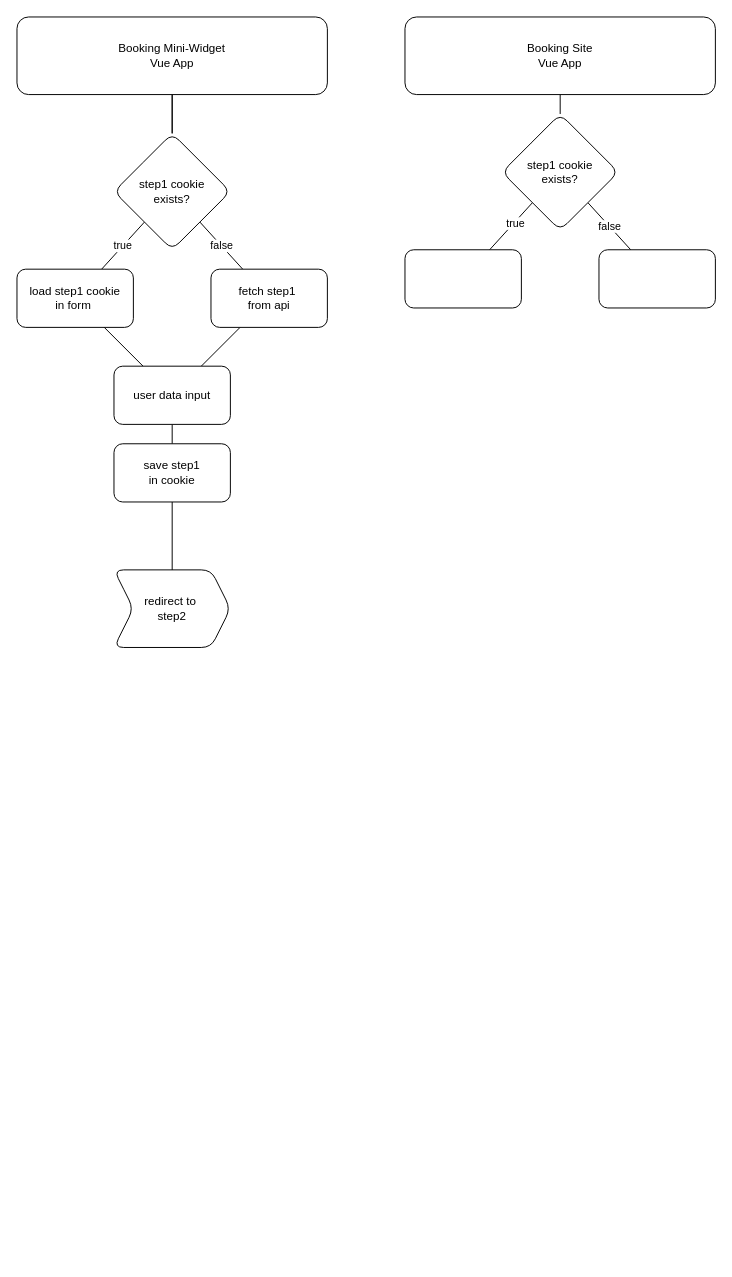
Before: Arctic Campers.drawio in eugenregehr/diagrams, a draw.io diagram. Source tidied: cells renumbered, new cells numbered last; positions are measured from the earlier drawing's top-left corner, leaving out a move shared by most shapes. Both pictures are drawn from the tidied source at 97%, with x=0, y=0 at pixel (16, 16).
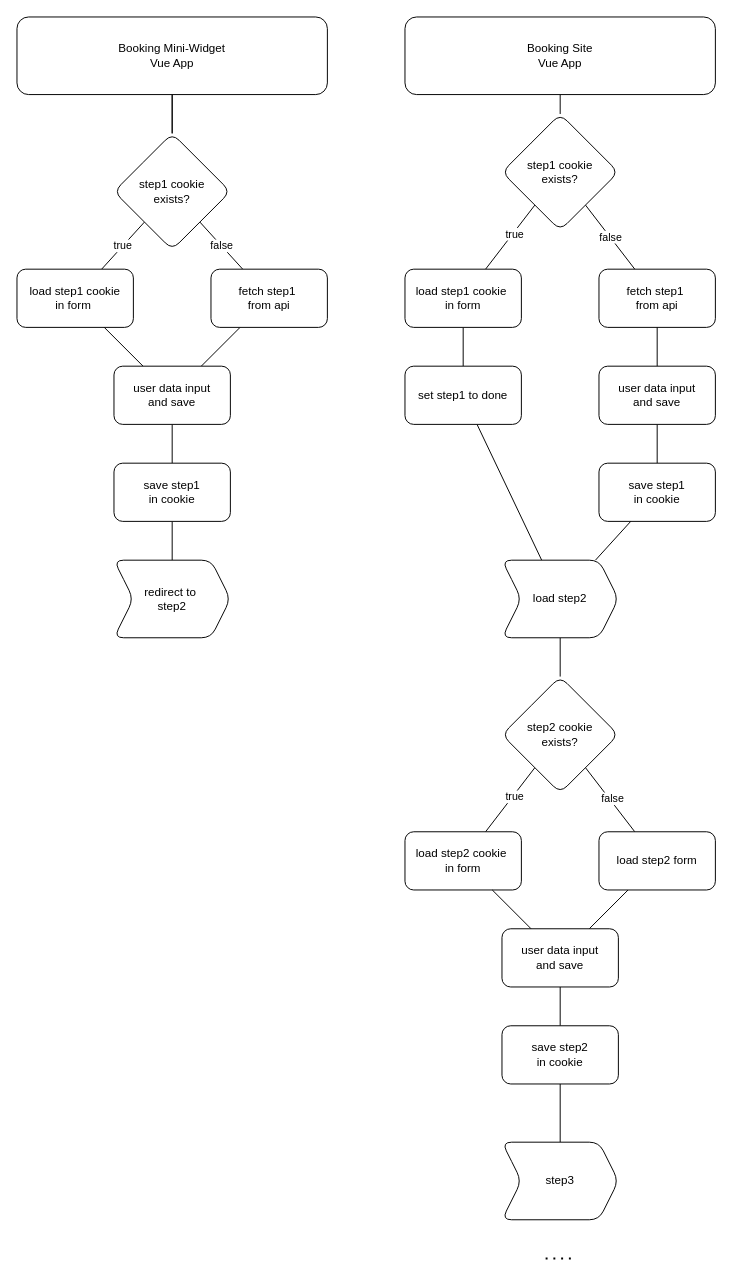
After the change.

What changed in the source:
```diff
@@
-    <mxCell id="14" style="whiteSpace=wrap;html=1;rounded=1;" parent="1" vertex="1">
-      <mxGeometry x="600" y="240" width="120" height="60" as="geometry" />
+    <mxCell id="14" value="&lt;span&gt;fetch step1&amp;nbsp;&lt;/span&gt;&lt;br&gt;&lt;span&gt;from api&lt;/span&gt;" style="whiteSpace=wrap;html=1;rounded=1;" parent="1" vertex="1">
+      <mxGeometry x="600" y="260" width="120" height="60" as="geometry" />
     </mxCell>
+    <mxCell id="25" style="edgeStyle=none;rounded=0;jettySize=auto;html=1;endArrow=none;endFill=0;strokeColor=default;" parent="1" edge="1" source="15" target="30">
+      <mxGeometry relative="1" as="geometry" />
+    </mxCell>
-    <mxCell id="15" style="whiteSpace=wrap;html=1;rounded=1;" parent="1" vertex="1">
-      <mxGeometry x="400" y="240" width="120" height="60" as="geometry" />
+    <mxCell id="15" value="load step1 cookie&amp;nbsp;&lt;br&gt;in form" style="whiteSpace=wrap;html=1;rounded=1;" parent="1" vertex="1">
+      <mxGeometry x="400" y="260" width="120" height="60" as="geometry" />
     </mxCell>
@@
-    <mxCell id="21" value="user data input" style="whiteSpace=wrap;html=1;rounded=1;" parent="1" vertex="1">
+    <mxCell id="21" value="user data input&lt;br&gt;and save" style="whiteSpace=wrap;html=1;rounded=1;" parent="1" vertex="1">
       <mxGeometry x="100" y="360" width="120" height="60" as="geometry" />
     </mxCell>
@@
     <mxCell id="23" value="save step1 &lt;br&gt;in cookie" style="whiteSpace=wrap;html=1;rounded=1;" parent="1" vertex="1">
-      <mxGeometry x="100" y="440" width="120" height="60" as="geometry" />
+      <mxGeometry x="100" y="460" width="120" height="60" as="geometry" />
     </mxCell>
     <mxCell id="24" value="redirect to&amp;nbsp;&lt;br&gt;step2" style="shape=step;perimeter=stepPerimeter;whiteSpace=wrap;html=1;fixedSize=1;rounded=1;" parent="1" vertex="1">
-      <mxGeometry x="100" y="570" width="120" height="80" as="geometry" />
+      <mxGeometry x="100" y="560" width="120" height="80" as="geometry" />
     </mxCell>
+    <mxCell id="26" style="edgeStyle=none;rounded=0;jettySize=auto;html=1;endArrow=none;endFill=0;strokeColor=default;" parent="1" edge="1" source="28" target="14">
+      <mxGeometry relative="1" as="geometry" />
+    </mxCell>
+    <mxCell id="27" style="edgeStyle=none;rounded=0;jettySize=auto;html=1;endArrow=none;endFill=0;strokeColor=default;" parent="1" edge="1" source="28" target="31">
+      <mxGeometry relative="1" as="geometry" />
+    </mxCell>
+    <mxCell id="28" value="user data input&lt;br&gt;and save" style="whiteSpace=wrap;html=1;rounded=1;" parent="1" vertex="1">
+      <mxGeometry x="600" y="360" width="120" height="60" as="geometry" />
+    </mxCell>
+    <mxCell id="29" style="edgeStyle=none;rounded=0;jettySize=auto;html=1;endArrow=none;endFill=0;strokeColor=default;" parent="1" edge="1" source="30" target="34">
+      <mxGeometry relative="1" as="geometry" />
+    </mxCell>
+    <mxCell id="30" value="set step1 to done" style="whiteSpace=wrap;html=1;rounded=1;" parent="1" vertex="1">
+      <mxGeometry x="400" y="360" width="120" height="60" as="geometry" />
+    </mxCell>
+    <mxCell id="31" value="save step1 &lt;br&gt;in cookie" style="whiteSpace=wrap;html=1;rounded=1;" parent="1" vertex="1">
+      <mxGeometry x="600" y="460" width="120" height="60" as="geometry" />
+    </mxCell>
+    <mxCell id="32" style="edgeStyle=none;rounded=0;jettySize=auto;html=1;endArrow=none;endFill=0;strokeColor=default;" parent="1" edge="1" source="34" target="31">
+      <mxGeometry relative="1" as="geometry" />
+    </mxCell>
+    <mxCell id="33" style="edgeStyle=none;rounded=0;jettySize=auto;html=1;endArrow=none;endFill=0;strokeColor=default;" parent="1" edge="1" source="34" target="39">
+      <mxGeometry relative="1" as="geometry" />
+    </mxCell>
+    <mxCell id="34" value="load step2" style="shape=step;perimeter=stepPerimeter;whiteSpace=wrap;html=1;fixedSize=1;rounded=1;" parent="1" vertex="1">
+      <mxGeometry x="500" y="560" width="120" height="80" as="geometry" />
+    </mxCell>
+    <mxCell id="35" style="edgeStyle=none;rounded=0;jettySize=auto;html=1;endArrow=none;endFill=0;strokeColor=default;" parent="1" edge="1" source="39" target="42">
+      <mxGeometry relative="1" as="geometry" />
+    </mxCell>
+    <mxCell id="36" value="true" style="edgeLabel;html=1;align=center;verticalAlign=middle;" parent="35" vertex="1">
+      <mxGeometry x="-0.11" y="1" relative="1" as="geometry" />
+    </mxCell>
+    <mxCell id="37" style="edgeStyle=none;rounded=0;jettySize=auto;html=1;endArrow=none;endFill=0;strokeColor=default;" parent="1" edge="1" source="39" target="41">
+      <mxGeometry relative="1" as="geometry" />
+    </mxCell>
+    <mxCell id="38" value="false" style="edgeLabel;html=1;align=center;verticalAlign=middle;" parent="37" vertex="1">
+      <mxGeometry y="2" relative="1" as="geometry" />
+    </mxCell>
+    <mxCell id="39" value="step2 cookie&lt;br&gt;exists?" style="rhombus;whiteSpace=wrap;html=1;rounded=1;" parent="1" vertex="1">
+      <mxGeometry x="500" y="680" width="120" height="120" as="geometry" />
+    </mxCell>
+    <mxCell id="40" style="edgeStyle=none;rounded=0;jettySize=auto;html=1;endArrow=none;endFill=0;strokeColor=default;" parent="1" edge="1" source="41" target="45">
+      <mxGeometry relative="1" as="geometry" />
+    </mxCell>
+    <mxCell id="41" value="load step2 form" style="whiteSpace=wrap;html=1;rounded=1;" parent="1" vertex="1">
+      <mxGeometry x="600" y="840" width="120" height="60" as="geometry" />
+    </mxCell>
+    <mxCell id="42" value="load step2 cookie&amp;nbsp;&lt;br&gt;in form" style="whiteSpace=wrap;html=1;rounded=1;" parent="1" vertex="1">
+      <mxGeometry x="400" y="840" width="120" height="60" as="geometry" />
+    </mxCell>
+    <mxCell id="43" style="edgeStyle=none;rounded=0;jettySize=auto;html=1;endArrow=none;endFill=0;strokeColor=default;" parent="1" edge="1" source="45" target="42">
+      <mxGeometry relative="1" as="geometry" />
+    </mxCell>
+    <mxCell id="44" style="edgeStyle=none;rounded=0;jettySize=auto;html=1;endArrow=none;endFill=0;strokeColor=default;" parent="1" edge="1" source="45" target="47">
+      <mxGeometry relative="1" as="geometry" />
+    </mxCell>
+    <mxCell id="45" value="user data input&lt;br&gt;and save" style="whiteSpace=wrap;html=1;rounded=1;" parent="1" vertex="1">
+      <mxGeometry x="500" y="940" width="120" height="60" as="geometry" />
+    </mxCell>
+    <mxCell id="46" style="edgeStyle=none;rounded=0;jettySize=auto;html=1;endArrow=none;endFill=0;strokeColor=default;" parent="1" edge="1" source="47" target="48">
+      <mxGeometry relative="1" as="geometry" />
+    </mxCell>
+    <mxCell id="47" value="save step2 &lt;br&gt;in cookie" style="whiteSpace=wrap;html=1;rounded=1;" parent="1" vertex="1">
+      <mxGeometry x="500" y="1040" width="120" height="60" as="geometry" />
+    </mxCell>
+    <mxCell id="48" value="step3" style="shape=step;perimeter=stepPerimeter;whiteSpace=wrap;html=1;fixedSize=1;rounded=1;" parent="1" vertex="1">
+      <mxGeometry x="500" y="1160" width="120" height="80" as="geometry" />
+    </mxCell>
+    <mxCell id="49" style="endArrow=none;dashed=1;html=1;dashPattern=1 3;strokeWidth=2;rounded=0;" parent="1" edge="1">
+      <mxGeometry relative="1" as="geometry">
+        <mxPoint x="545" y="1280" as="sourcePoint" />
+        <mxPoint x="575" y="1280" as="targetPoint" />
+      </mxGeometry>
+    </mxCell>
```
